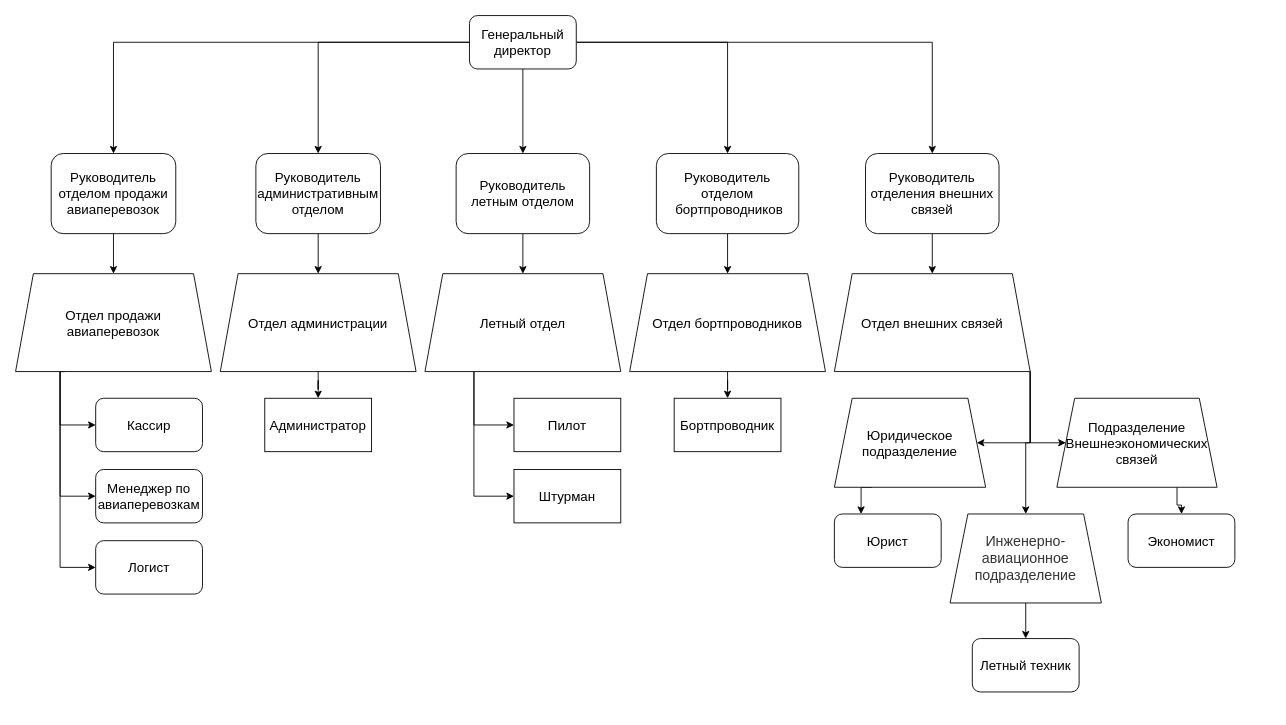
The draw.io diagram fewfewefwem.drawio in 1DeMeNToR1/RocketModUpdater_32, before the edit. Source tidied: cells renumbered, new cells numbered last; positions are measured from the earlier drawing's top-left corner, leaving out a move shared by most shapes. Both pictures are drawn from the tidied source at 89%, with x=0, y=0 at pixel (15, 15).
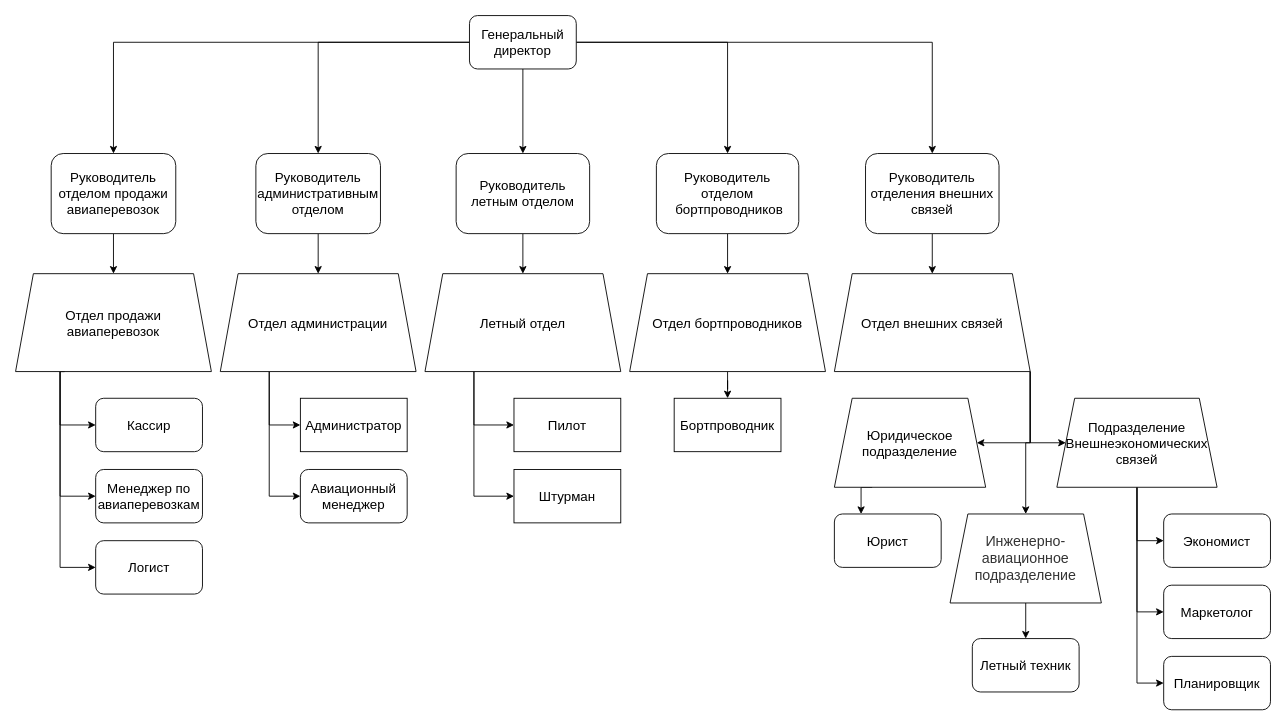
After the change.

The change refers to these unchanged cells:
```xml
<mxCell id="21" value="&lt;span style=&quot;&quot;&gt;Отдел администрации&lt;/span&gt;" style="shape=trapezoid;perimeter=trapezoidPerimeter;whiteSpace=wrap;html=1;fixedSize=1;fontSize=15;" parent="1" vertex="1">
  <mxGeometry x="230" y="290" width="220" height="110" as="geometry" />
</mxCell>
<mxCell id="42" value="Подразделение&lt;br&gt;Внешнеэкономических связей" style="shape=trapezoid;perimeter=trapezoidPerimeter;whiteSpace=wrap;html=1;fixedSize=1;fontSize=15;" parent="1" vertex="1">
  <mxGeometry x="1170" y="430" width="180" height="100" as="geometry" />
</mxCell>
```

Change to the diagram source:
```diff
@@
-    <mxCell id="20" style="edgeStyle=orthogonalEdgeStyle;rounded=0;jettySize=auto;html=1;fontSize=15;" parent="1" edge="1" source="21" target="28">
+    <mxCell id="20" style="edgeStyle=orthogonalEdgeStyle;rounded=0;jettySize=auto;html=1;exitX=0.25;exitY=1;exitDx=0;exitDy=0;entryX=0;entryY=0.5;entryDx=0;entryDy=0;fontSize=15;" parent="1" edge="1" source="21" target="28">
       <mxGeometry relative="1" as="geometry" />
     </mxCell>
+    <mxCell id="49" style="edgeStyle=orthogonalEdgeStyle;rounded=0;jettySize=auto;html=1;exitX=0.25;exitY=1;exitDx=0;exitDy=0;entryX=0;entryY=0.5;entryDx=0;entryDy=0;fontSize=15;" parent="1" edge="1" source="21" target="54">
+      <mxGeometry relative="1" as="geometry" />
+    </mxCell>
@@
     <mxCell id="28" value="Администратор" style="rounded=0;whiteSpace=wrap;html=1;fontSize=15;" parent="1" vertex="1">
-      <mxGeometry x="280" y="430" width="120" height="60" as="geometry" />
+      <mxGeometry x="320" y="430" width="120" height="60" as="geometry" />
     </mxCell>
@@
-    <mxCell id="41" style="edgeStyle=orthogonalEdgeStyle;rounded=0;jettySize=auto;html=1;exitX=0.75;exitY=1;exitDx=0;exitDy=0;fontSize=15;" parent="1" edge="1" source="42" target="44">
+    <mxCell id="41" style="edgeStyle=orthogonalEdgeStyle;rounded=0;jettySize=auto;html=1;exitX=0.5;exitY=1;exitDx=0;exitDy=0;entryX=0;entryY=0.5;entryDx=0;entryDy=0;fontSize=15;" parent="1" edge="1" source="42" target="44">
       <mxGeometry relative="1" as="geometry" />
     </mxCell>
+    <mxCell id="50" style="edgeStyle=orthogonalEdgeStyle;rounded=0;jettySize=auto;html=1;exitX=0.5;exitY=1;exitDx=0;exitDy=0;entryX=0;entryY=0.5;entryDx=0;entryDy=0;fontSize=15;" parent="1" edge="1" source="42" target="52">
+      <mxGeometry relative="1" as="geometry" />
+    </mxCell>
+    <mxCell id="51" style="edgeStyle=orthogonalEdgeStyle;rounded=0;jettySize=auto;html=1;exitX=0.5;exitY=1;exitDx=0;exitDy=0;entryX=0;entryY=0.5;entryDx=0;entryDy=0;fontSize=15;" parent="1" edge="1" source="42" target="53">
+      <mxGeometry relative="1" as="geometry" />
+    </mxCell>
@@
     <mxCell id="44" value="Экономист" style="rounded=1;whiteSpace=wrap;html=1;fontSize=15;" parent="1" vertex="1">
-      <mxGeometry x="1250" y="560" width="120" height="60" as="geometry" />
+      <mxGeometry x="1290" y="560" width="120" height="60" as="geometry" />
     </mxCell>
@@
+    <mxCell id="52" value="Маркетолог" style="rounded=1;whiteSpace=wrap;html=1;fontSize=15;" parent="1" vertex="1">
+      <mxGeometry x="1290" y="640" width="120" height="60" as="geometry" />
+    </mxCell>
+    <mxCell id="53" value="Планировщик" style="rounded=1;whiteSpace=wrap;html=1;fontSize=15;" parent="1" vertex="1">
+      <mxGeometry x="1290" y="720" width="120" height="60" as="geometry" />
+    </mxCell>
+    <mxCell id="54" value="Авиационный менеджер" style="rounded=1;whiteSpace=wrap;html=1;fontSize=15;" parent="1" vertex="1">
+      <mxGeometry x="320" y="510" width="120" height="60" as="geometry" />
+    </mxCell>
```
